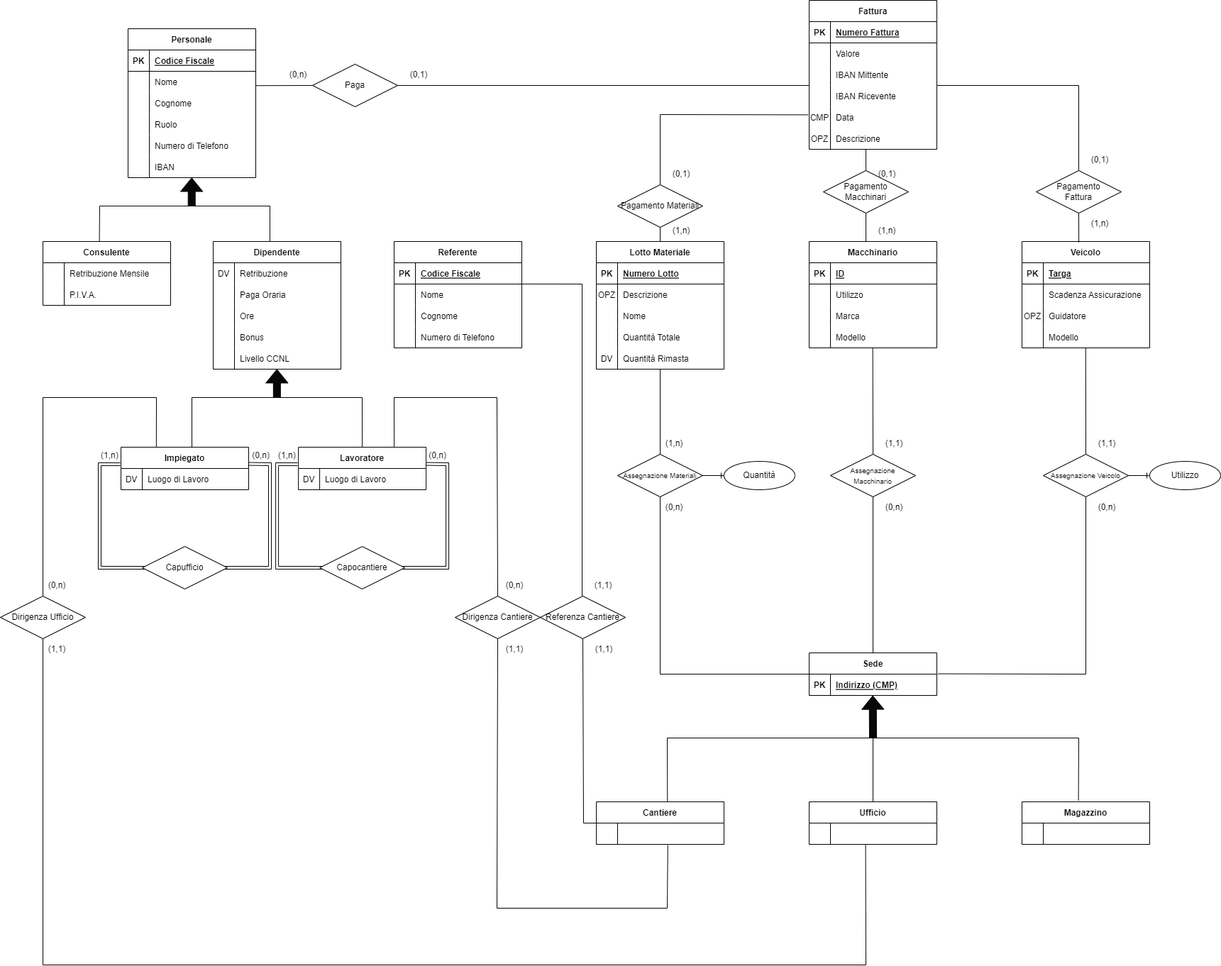
JacopoPassariello/BD2022 keeps this draw.io diagram as Documentazione/Immagine Diagramma ER.png. Above is the earlier version. Source tidied: cells renumbered, new cells last; positions are measured from the earlier drawing's top-left corner, leaving out a move shared by most shapes.
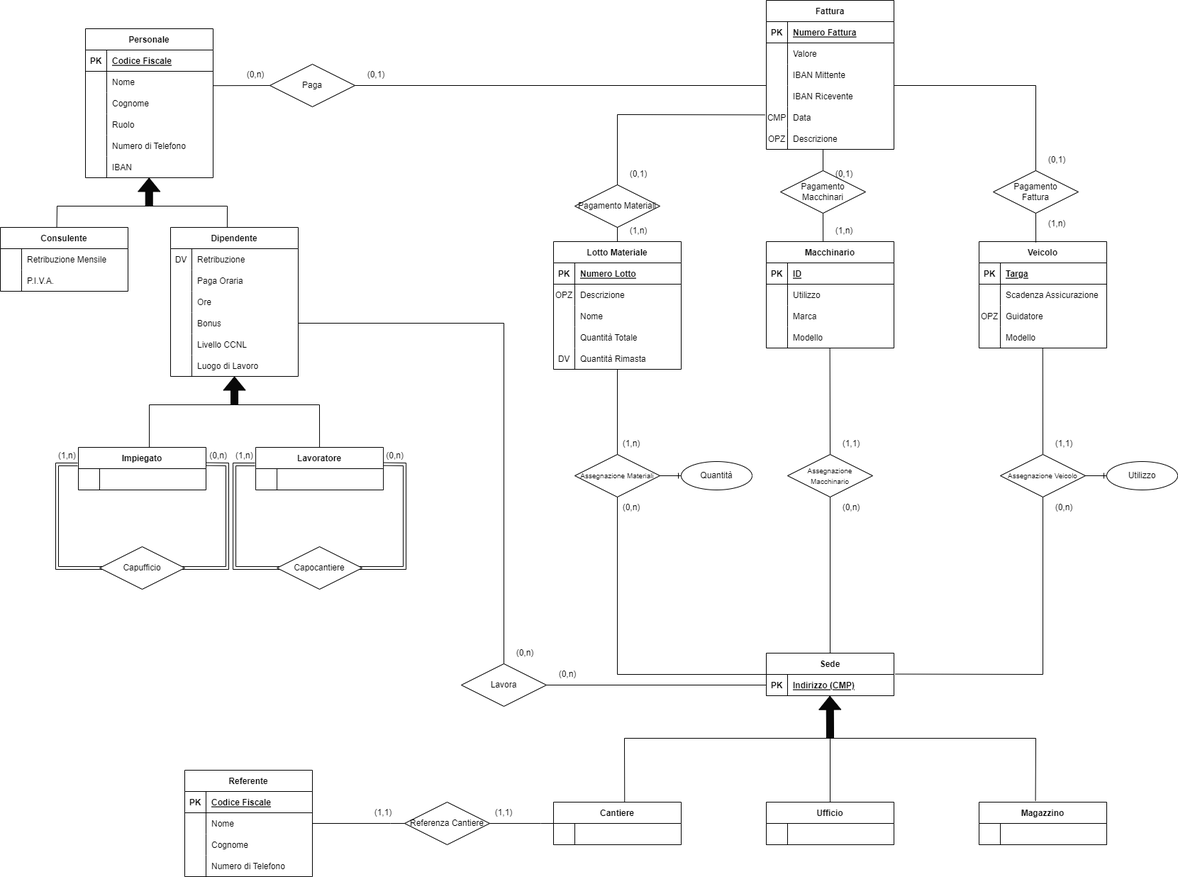
After the commit.

What changed in the source:
```diff
@@ -60,7 +60,7 @@
       <mxGeometry x="30" width="150" height="30" as="geometry" />
     </mxCell>
     <mxCell id="21" value="Consulente" style="shape=table;startSize=30;rowLines=0;fontStyle=1;align=center;" parent="1" vertex="1">
-      <mxGeometry x="60" y="340" width="180" height="90" as="geometry" />
+      <mxGeometry x="60" y="320" width="180" height="90" as="geometry" />
     </mxCell>
     <mxCell id="22" style="shape=tableRow;horizontal=0;startSize=0;swimlaneHead=0;swimlaneBody=0;fillColor=none;top=0;left=0;right=0;bottom=0;" parent="21" vertex="1">
       <mxGeometry y="30" width="180" height="30" as="geometry" />
@@ -81,7 +81,7 @@
       <mxGeometry x="30" width="150" height="30" as="geometry" />
     </mxCell>
     <mxCell id="28" value="Dipendente" style="shape=table;startSize=30;rowLines=0;fontStyle=1;align=center;" parent="1" vertex="1">
-      <mxGeometry x="300" y="340" width="180" height="180" as="geometry" />
+      <mxGeometry x="300" y="320" width="180" height="210" as="geometry" />
     </mxCell>
     <mxCell id="29" style="shape=tableRow;horizontal=0;startSize=0;swimlaneHead=0;swimlaneBody=0;fillColor=none;top=0;left=0;right=0;bottom=0;dashed=1;" parent="28" vertex="1">
       <mxGeometry y="30" width="180" height="30" as="geometry" />
@@ -128,6 +128,15 @@
     <mxCell id="43" value="Livello CCNL" style="shape=partialRectangle;fillColor=none;top=0;left=0;bottom=0;right=0;align=left;spacingLeft=6;overflow=hidden;" parent="41" vertex="1">
       <mxGeometry x="30" width="150" height="30" as="geometry" />
     </mxCell>
+    <mxCell id="218" style="shape=tableRow;horizontal=0;startSize=0;swimlaneHead=0;swimlaneBody=0;fillColor=none;top=0;left=0;right=0;bottom=0;" parent="28" vertex="1">
+      <mxGeometry y="180" width="180" height="30" as="geometry" />
+    </mxCell>
+    <mxCell id="219" style="shape=partialRectangle;fillColor=none;top=0;left=0;bottom=0;right=0;overflow=hidden;" parent="218" vertex="1">
+      <mxGeometry width="30" height="30" as="geometry" />
+    </mxCell>
+    <mxCell id="220" value="Luogo di Lavoro" style="shape=partialRectangle;fillColor=none;top=0;left=0;bottom=0;right=0;align=left;spacingLeft=6;overflow=hidden;" parent="218" vertex="1">
+      <mxGeometry x="30" width="150" height="30" as="geometry" />
+    </mxCell>
     <mxCell id="44" style="shape=flexArrow;endArrow=classic;html=1;rounded=0;fillColor=#080808;" parent="1" edge="1">
       <mxGeometry x="-0.14" y="10" relative="1" as="geometry">
         <mxPoint x="269.7" y="290" as="sourcePoint" />
@@ -158,16 +167,16 @@
     </mxCell>
     <mxCell id="48" style="shape=flexArrow;endArrow=classic;html=1;rounded=0;fillColor=#080808;" parent="1" edge="1">
       <mxGeometry x="0.5" y="10" relative="1" as="geometry">
-        <mxPoint x="389.8" y="560" as="sourcePoint" />
-        <mxPoint x="389.8" y="520" as="targetPoint" />
+        <mxPoint x="390.1" y="570" as="sourcePoint" />
+        <mxPoint x="390.1" y="530" as="targetPoint" />
       </mxGeometry>
     </mxCell>
     <mxCell id="49" style="endArrow=none;html=1;rounded=0;fillColor=#080808;" parent="1" edge="1">
       <mxGeometry relative="1" as="geometry">
-        <mxPoint x="270" y="560" as="sourcePoint" />
-        <mxPoint x="510" y="560" as="targetPoint" />
+        <mxPoint x="270" y="570" as="sourcePoint" />
+        <mxPoint x="510" y="570" as="targetPoint" />
         <Array as="points">
-          <mxPoint x="390" y="560" />
+          <mxPoint x="390" y="570" />
         </Array>
       </mxGeometry>
     </mxCell>
@@ -177,22 +186,22 @@
     <mxCell id="51" style="shape=tableRow;horizontal=0;startSize=0;swimlaneHead=0;swimlaneBody=0;fillColor=none;top=0;left=0;right=0;bottom=0;" parent="50" vertex="1">
       <mxGeometry y="30" width="180" height="30" as="geometry" />
     </mxCell>
-    <mxCell id="52" value="DV" style="shape=partialRectangle;fillColor=none;top=0;left=0;bottom=0;right=0;overflow=hidden;" parent="51" vertex="1">
+    <mxCell id="52" style="shape=partialRectangle;fillColor=none;top=0;left=0;bottom=0;right=0;overflow=hidden;" parent="51" vertex="1">
       <mxGeometry width="30" height="30" as="geometry" />
     </mxCell>
-    <mxCell id="53" value="Luogo di Lavoro" style="shape=partialRectangle;fillColor=none;top=0;left=0;bottom=0;right=0;align=left;spacingLeft=6;overflow=hidden;" parent="51" vertex="1">
+    <mxCell id="53" style="shape=partialRectangle;fillColor=none;top=0;left=0;bottom=0;right=0;align=left;spacingLeft=6;overflow=hidden;" parent="51" vertex="1">
       <mxGeometry x="30" width="150" height="30" as="geometry" />
     </mxCell>
     <mxCell id="54" style="endArrow=none;html=1;rounded=0;fillColor=#080808;exitX=0.556;exitY=0;exitDx=0;exitDy=0;exitPerimeter=0;" parent="1" edge="1">
       <mxGeometry relative="1" as="geometry">
         <mxPoint x="510.1" y="630" as="sourcePoint" />
-        <mxPoint x="510" y="560" as="targetPoint" />
+        <mxPoint x="510" y="570" as="targetPoint" />
       </mxGeometry>
     </mxCell>
     <mxCell id="55" style="endArrow=none;html=1;rounded=0;fillColor=#080808;" parent="1" edge="1">
       <mxGeometry relative="1" as="geometry">
         <mxPoint x="270" y="630" as="sourcePoint" />
-        <mxPoint x="270" y="560" as="targetPoint" />
+        <mxPoint x="270" y="570" as="targetPoint" />
       </mxGeometry>
     </mxCell>
     <mxCell id="56" style="shape=link;html=1;rounded=0;fillColor=#080808;entryX=1.002;entryY=0.393;entryDx=0;entryDy=0;entryPerimeter=0;exitX=-0.006;exitY=0.401;exitDx=0;exitDy=0;exitPerimeter=0;" parent="1" edge="1" source="50" target="50">
@@ -225,10 +234,10 @@
     <mxCell id="61" style="shape=tableRow;horizontal=0;startSize=0;swimlaneHead=0;swimlaneBody=0;fillColor=none;top=0;left=0;right=0;bottom=0;" parent="60" vertex="1">
       <mxGeometry y="30" width="180" height="30" as="geometry" />
     </mxCell>
-    <mxCell id="62" value="DV" style="shape=partialRectangle;fillColor=none;top=0;left=0;bottom=0;right=0;overflow=hidden;" parent="61" vertex="1">
+    <mxCell id="62" style="shape=partialRectangle;fillColor=none;top=0;left=0;bottom=0;right=0;overflow=hidden;" parent="61" vertex="1">
       <mxGeometry width="30" height="30" as="geometry" />
     </mxCell>
-    <mxCell id="63" value="Luogo di Lavoro" style="shape=partialRectangle;fillColor=none;top=0;left=0;bottom=0;right=0;align=left;spacingLeft=6;overflow=hidden;" parent="61" vertex="1">
+    <mxCell id="63" style="shape=partialRectangle;fillColor=none;top=0;left=0;bottom=0;right=0;align=left;spacingLeft=6;overflow=hidden;" parent="61" vertex="1">
       <mxGeometry x="30" width="150" height="30" as="geometry" />
     </mxCell>
     <mxCell id="64" style="shape=link;html=1;rounded=0;fillColor=#080808;entryX=1.002;entryY=0.393;entryDx=0;entryDy=0;entryPerimeter=0;exitX=-0.006;exitY=0.401;exitDx=0;exitDy=0;exitPerimeter=0;" parent="1" edge="1" source="60" target="60">
@@ -510,56 +519,6 @@
         <mxPoint x="1520" y="1040" as="targetPoint" />
       </mxGeometry>
     </mxCell>
-    <mxCell id="146" value="Dirigenza Cantiere" style="shape=rhombus;perimeter=rhombusPerimeter;whiteSpace=wrap;html=1;align=center;" parent="1" vertex="1">
-      <mxGeometry x="641" y="840" width="120" height="60" as="geometry" />
-    </mxCell>
-    <mxCell id="147" value="Dirigenza Ufficio" style="shape=rhombus;perimeter=rhombusPerimeter;whiteSpace=wrap;html=1;align=center;" parent="1" vertex="1">
-      <mxGeometry y="840" width="120" height="60" as="geometry" />
-    </mxCell>
-    <mxCell id="148" style="endArrow=none;html=1;rounded=0;fillColor=#080808;exitX=0.5;exitY=0;exitDx=0;exitDy=0;entryX=0.75;entryY=0;entryDx=0;entryDy=0;" parent="1" edge="1" source="146" target="60">
-      <mxGeometry relative="1" as="geometry">
-        <Array as="points">
-          <mxPoint x="700" y="560" />
-          <mxPoint x="555" y="560" />
-        </Array>
-      </mxGeometry>
-    </mxCell>
-    <mxCell id="149" style="endArrow=none;html=1;rounded=0;fillColor=#080808;exitX=0.5;exitY=0;exitDx=0;exitDy=0;entryX=0.277;entryY=0.007;entryDx=0;entryDy=0;entryPerimeter=0;" parent="1" edge="1" source="147" target="50">
-      <mxGeometry relative="1" as="geometry">
-        <Array as="points">
-          <mxPoint x="60" y="560" />
-          <mxPoint x="220" y="560" />
-        </Array>
-      </mxGeometry>
-    </mxCell>
-    <mxCell id="150" style="endArrow=none;html=1;rounded=0;fillColor=#080808;entryX=0.5;entryY=1;entryDx=0;entryDy=0;exitX=0.56;exitY=1.041;exitDx=0;exitDy=0;exitPerimeter=0;" parent="1" edge="1" source="130" target="146">
-      <mxGeometry relative="1" as="geometry">
-        <Array as="points">
-          <mxPoint x="940" y="1280" />
-          <mxPoint x="700" y="1280" />
-        </Array>
-      </mxGeometry>
-    </mxCell>
-    <mxCell id="151" style="endArrow=none;html=1;rounded=0;fillColor=#080808;exitX=0.5;exitY=1;exitDx=0;exitDy=0;entryX=0.442;entryY=0.989;entryDx=0;entryDy=0;entryPerimeter=0;" parent="1" edge="1" source="147" target="134">
-      <mxGeometry relative="1" as="geometry">
-        <Array as="points">
-          <mxPoint x="60" y="1360" />
-          <mxPoint x="1220" y="1360" />
-        </Array>
-      </mxGeometry>
-    </mxCell>
-    <mxCell id="152" value="(0,n)" style="text;html=1;strokeColor=none;fillColor=none;align=center;verticalAlign=middle;whiteSpace=wrap;rounded=0;" parent="1" vertex="1">
-      <mxGeometry x="50" y="810" width="60" height="30" as="geometry" />
-    </mxCell>
-    <mxCell id="153" value="(1,1)" style="text;html=1;strokeColor=none;fillColor=none;align=center;verticalAlign=middle;whiteSpace=wrap;rounded=0;" parent="1" vertex="1">
-      <mxGeometry x="50" y="900" width="60" height="30" as="geometry" />
-    </mxCell>
-    <mxCell id="154" value="(0,n)" style="text;html=1;strokeColor=none;fillColor=none;align=center;verticalAlign=middle;whiteSpace=wrap;rounded=0;" parent="1" vertex="1">
-      <mxGeometry x="695" y="810" width="60" height="30" as="geometry" />
-    </mxCell>
-    <mxCell id="155" value="(1,1)" style="text;html=1;strokeColor=none;fillColor=none;align=center;verticalAlign=middle;whiteSpace=wrap;rounded=0;" parent="1" vertex="1">
-      <mxGeometry x="695" y="900" width="60" height="30" as="geometry" />
-    </mxCell>
     <mxCell id="156" value="Fattura" style="shape=table;startSize=30;rowLines=0;fontStyle=1;align=center;" parent="1" vertex="1">
       <mxGeometry x="1140" width="180" height="210" as="geometry" />
     </mxCell>
@@ -675,7 +634,7 @@
       <mxGeometry x="1220" y="230" width="60" height="30" as="geometry" />
     </mxCell>
     <mxCell id="190" value="Referente" style="shape=table;startSize=30;rowLines=0;fontStyle=1;align=center;" parent="1" vertex="1">
-      <mxGeometry x="555" y="340" width="180" height="150" as="geometry" />
+      <mxGeometry x="320" y="1085" width="180" height="150" as="geometry" />
     </mxCell>
     <mxCell id="191" style="shape=tableRow;horizontal=0;startSize=0;swimlaneHead=0;swimlaneBody=0;fillColor=none;points=[[0,0.5],[1,0.5]];portConstraint=eastwest;top=0;left=0;right=0;bottom=1;" parent="190" vertex="1">
       <mxGeometry y="30" width="180" height="30" as="geometry" />
@@ -714,27 +673,27 @@
       <mxGeometry x="30" width="150" height="30" as="geometry" />
     </mxCell>
     <mxCell id="203" value="Referenza Cantiere&lt;br&gt;" style="shape=rhombus;perimeter=rhombusPerimeter;whiteSpace=wrap;html=1;align=center;" parent="1" vertex="1">
-      <mxGeometry x="761" y="840" width="120" height="60" as="geometry" />
+      <mxGeometry x="630" y="1130" width="120" height="60" as="geometry" />
     </mxCell>
-    <mxCell id="204" style="endArrow=none;html=1;rounded=0;fillColor=#080808;exitX=0;exitY=0.5;exitDx=0;exitDy=0;entryX=0.5;entryY=1;entryDx=0;entryDy=0;" parent="1" edge="1" source="129" target="203">
+    <mxCell id="204" style="endArrow=none;html=1;rounded=0;fillColor=#080808;exitX=0;exitY=0.5;exitDx=0;exitDy=0;entryX=1;entryY=0.5;entryDx=0;entryDy=0;" parent="1" edge="1" source="129" target="203">
       <mxGeometry relative="1" as="geometry">
         <Array as="points">
           <mxPoint x="822" y="1160" />
         </Array>
       </mxGeometry>
     </mxCell>
-    <mxCell id="205" style="endArrow=none;html=1;rounded=0;fillColor=#080808;entryX=1.001;entryY=0.997;entryDx=0;entryDy=0;entryPerimeter=0;exitX=0;exitY=1;exitDx=0;exitDy=0;" parent="1" edge="1" source="207" target="191">
+    <mxCell id="205" style="endArrow=none;html=1;rounded=0;fillColor=#080808;entryX=1;entryY=0.5;entryDx=0;entryDy=0;exitX=0;exitY=0.5;exitDx=0;exitDy=0;" parent="1" edge="1" source="203" target="194">
       <mxGeometry relative="1" as="geometry">
         <Array as="points">
-          <mxPoint x="820" y="400" />
+          <mxPoint x="610" y="1160" />
         </Array>
       </mxGeometry>
     </mxCell>
     <mxCell id="206" value="(1,1)" style="text;html=1;strokeColor=none;fillColor=none;align=center;verticalAlign=middle;whiteSpace=wrap;rounded=0;" parent="1" vertex="1">
-      <mxGeometry x="821" y="900" width="60" height="30" as="geometry" />
+      <mxGeometry x="740" y="1130" width="60" height="30" as="geometry" />
     </mxCell>
     <mxCell id="207" value="(1,1)" style="text;html=1;strokeColor=none;fillColor=none;align=center;verticalAlign=middle;whiteSpace=wrap;rounded=0;" parent="1" vertex="1">
-      <mxGeometry x="820" y="810" width="60" height="30" as="geometry" />
+      <mxGeometry x="570.1" y="1130" width="60" height="30" as="geometry" />
     </mxCell>
     <mxCell id="208" style="edgeStyle=entityRelationEdgeStyle;fontSize=12;html=1;endArrow=ERone;endFill=1;rounded=0;fillColor=#080808;" parent="1" edge="1" target="209">
       <mxGeometry relative="1" as="geometry">
@@ -772,5 +731,24 @@
     <mxCell id="217" value="(1,n)" style="text;html=1;strokeColor=none;fillColor=none;align=center;verticalAlign=middle;whiteSpace=wrap;rounded=0;" parent="1" vertex="1">
       <mxGeometry x="1520" y="300" width="60" height="30" as="geometry" />
     </mxCell>
+    <mxCell id="221" value="Lavora" style="shape=rhombus;perimeter=rhombusPerimeter;whiteSpace=wrap;html=1;align=center;" parent="1" vertex="1">
+      <mxGeometry x="710" y="935" width="120" height="60" as="geometry" />
+    </mxCell>
+    <mxCell id="222" style="endArrow=none;html=1;rounded=0;exitX=0.5;exitY=0;exitDx=0;exitDy=0;entryX=1;entryY=0.5;entryDx=0;entryDy=0;" parent="1" edge="1" source="221" target="38">
+      <mxGeometry relative="1" as="geometry">
+        <Array as="points">
+          <mxPoint x="770" y="455" />
+        </Array>
+      </mxGeometry>
+    </mxCell>
+    <mxCell id="223" style="endArrow=none;html=1;rounded=0;exitX=1;exitY=0.5;exitDx=0;exitDy=0;entryX=0;entryY=0.5;entryDx=0;entryDy=0;" parent="1" edge="1" source="221" target="111">
+      <mxGeometry relative="1" as="geometry" />
+    </mxCell>
+    <mxCell id="224" value="(0,n)" style="text;html=1;strokeColor=none;fillColor=none;align=center;verticalAlign=middle;whiteSpace=wrap;rounded=0;" parent="1" vertex="1">
+      <mxGeometry x="770" y="905" width="60" height="30" as="geometry" />
+    </mxCell>
+    <mxCell id="225" value="(0,n)" style="text;html=1;strokeColor=none;fillColor=none;align=center;verticalAlign=middle;whiteSpace=wrap;rounded=0;" parent="1" vertex="1">
+      <mxGeometry x="830" y="935" width="60" height="30" as="geometry" />
+    </mxCell>
   </root>
 </mxGraphModel>
```
